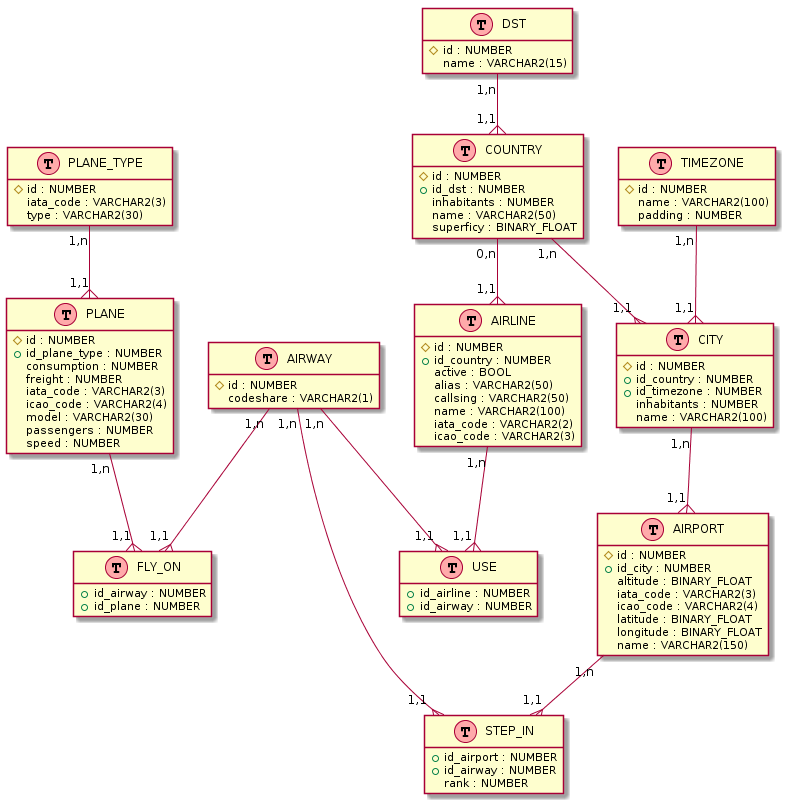
Before: resources/database/conception/modelization/modelisation.png, a diagram exported from PlantUML (pBouillon/OpenFlightStatisticsAggregator).
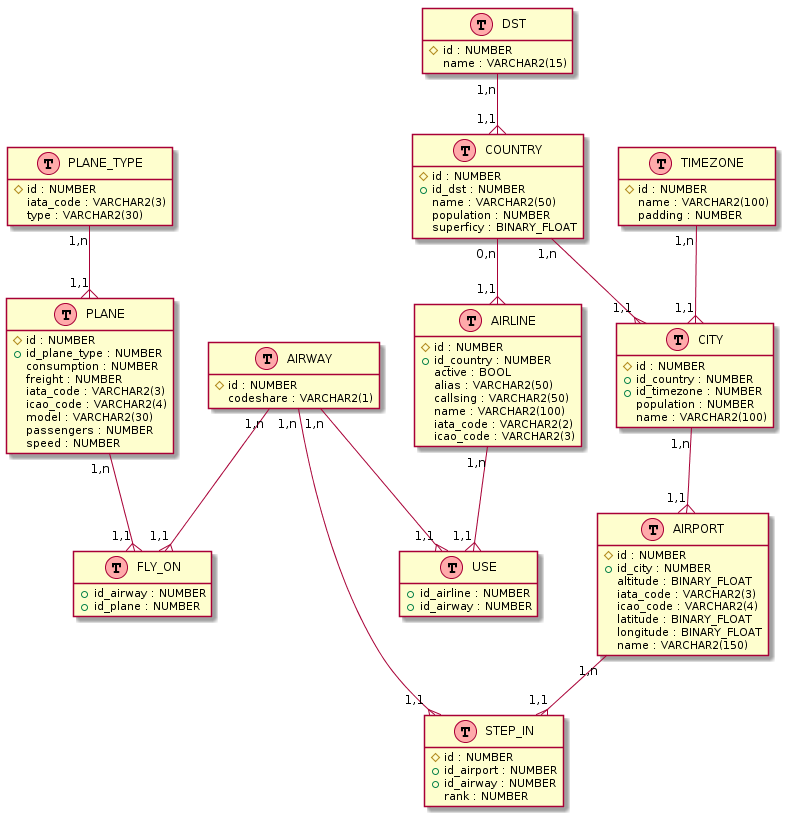
The same diagram one commit later.

Change to the diagram source:
```diff
@@ -52,8 +52,8 @@
 class COUNTRY << (T,#FFAAAA) >> {
     {field} #id : NUMBER
     {field} +id_dst : NUMBER
-    {field} inhabitants : NUMBER
     {field} name : VARCHAR2(50)
+    {field} population : NUMBER
     {field} superficy : BINARY_FLOAT
 }
 
@@ -73,7 +73,7 @@
     {field} #id : NUMBER
     {field} +id_country : NUMBER
     {field} +id_timezone : NUMBER
-    {field} inhabitants : NUMBER
+    {field} population : NUMBER
     {field} name : VARCHAR2(100)
 }
 
@@ -83,6 +83,7 @@
 }
 
 class STEP_IN << (T,#FFAAAA) >> {
+    {field} #id : NUMBER
     {field} +id_airport : NUMBER
     {field} +id_airway : NUMBER
     {field} rank : NUMBER
```
